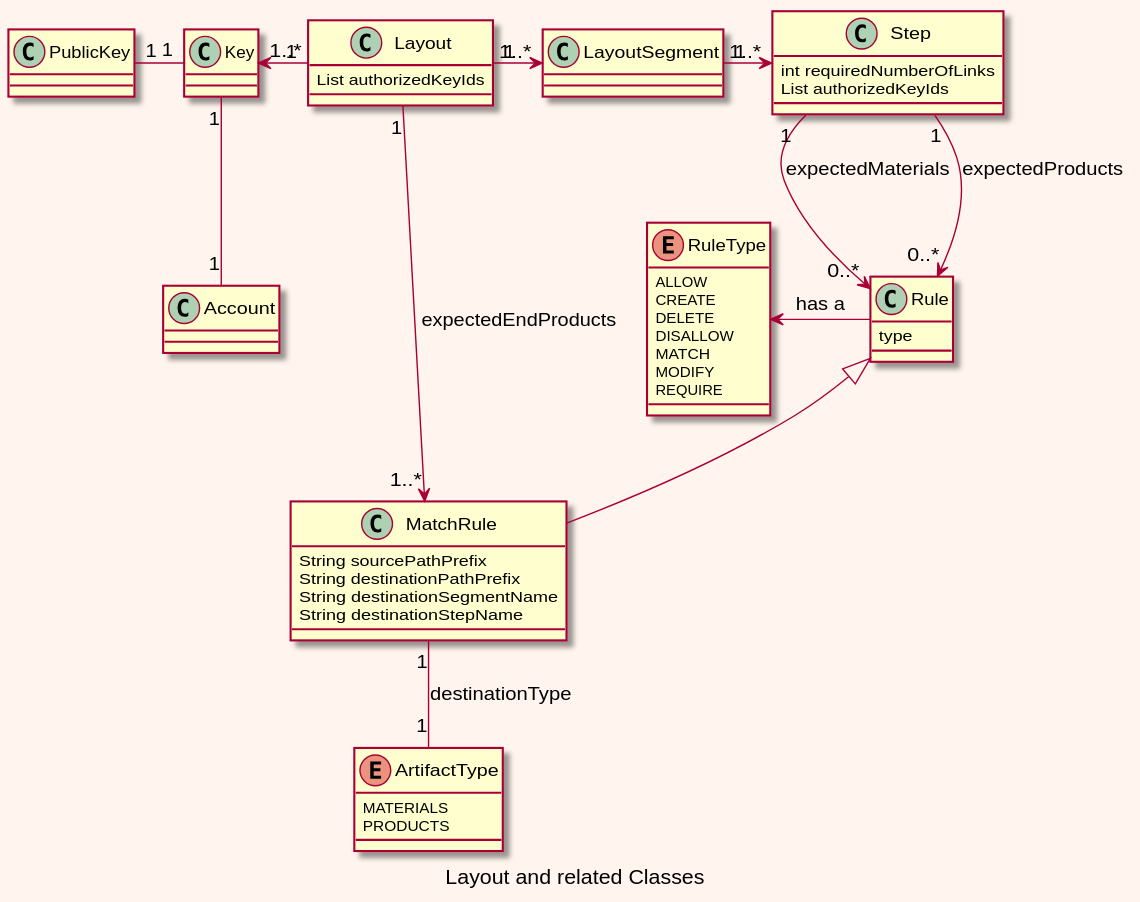
Earlier version of the PlantUML export static/img/plantuml/70_reference_layout.svg (argosnotary/docs).
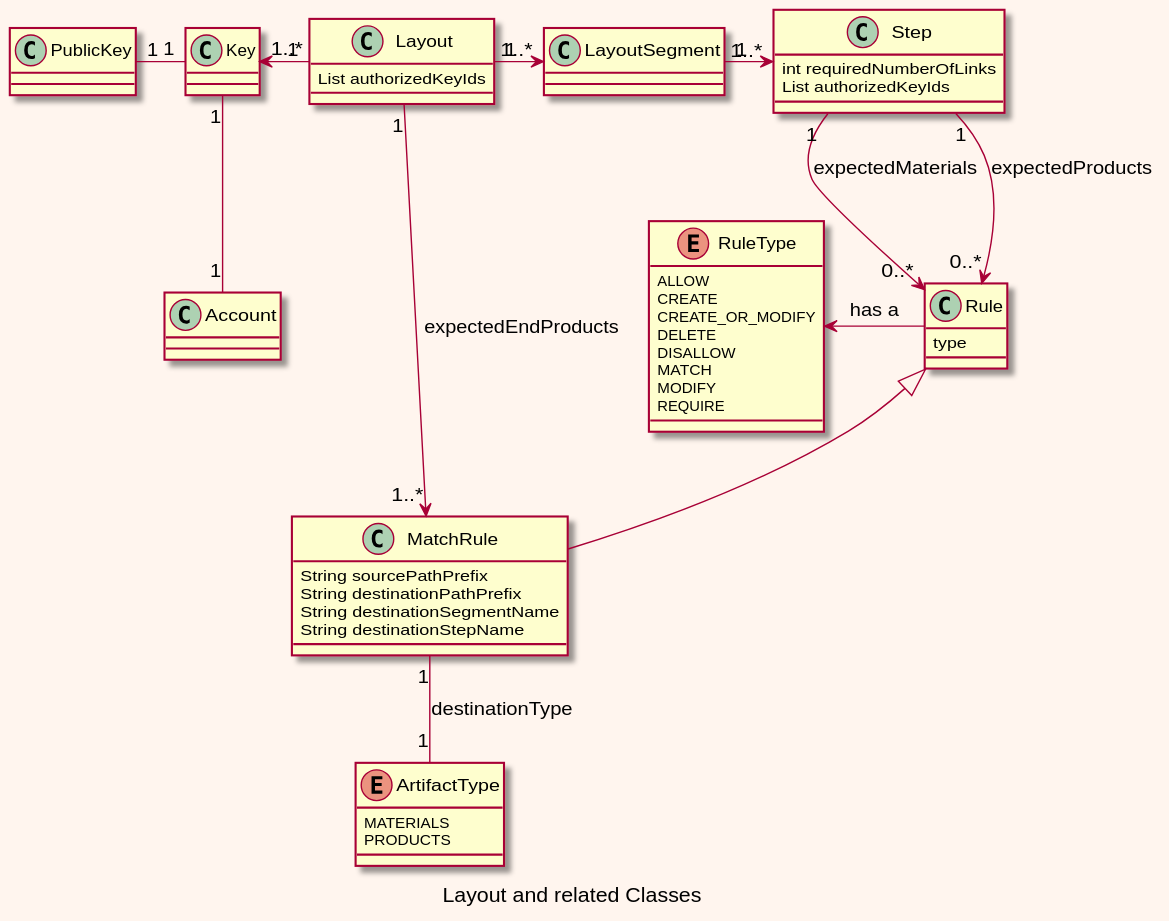
Above is the later version.

Diff of the diagram source:
```diff
@@ -34,6 +34,7 @@
 enum RuleType {
     ALLOW
     CREATE
+    CREATE_OR_MODIFY
     DELETE
     DISALLOW
     MATCH
```
